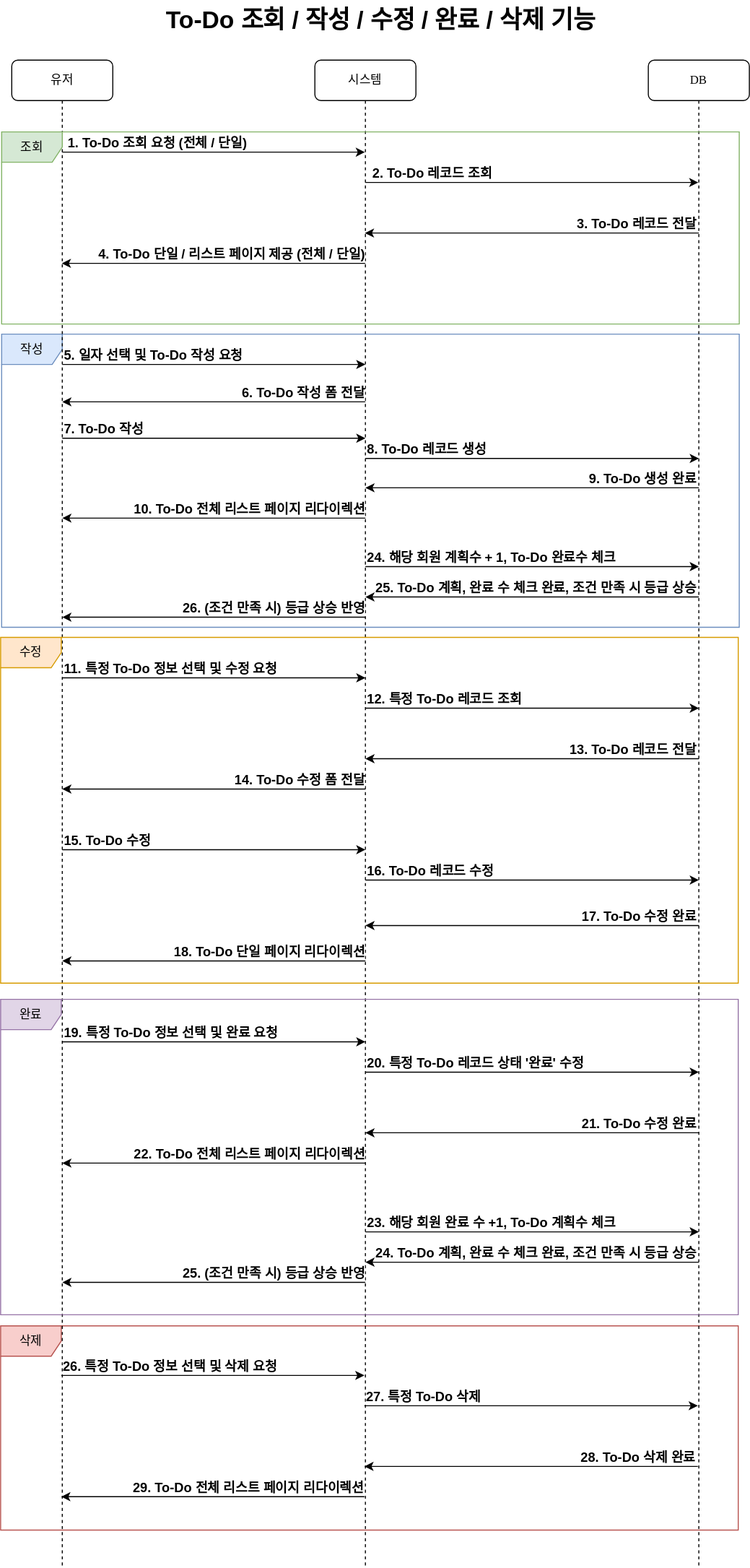
This is documents/sequence-diagram-todo.drawio.svg from mrcocoball/To-Dolist, a draw.io export, as it was before one commit. Source tidied: cells renumbered, new cells last; positions are measured from the earlier drawing's top-left corner, leaving out a move shared by most shapes.
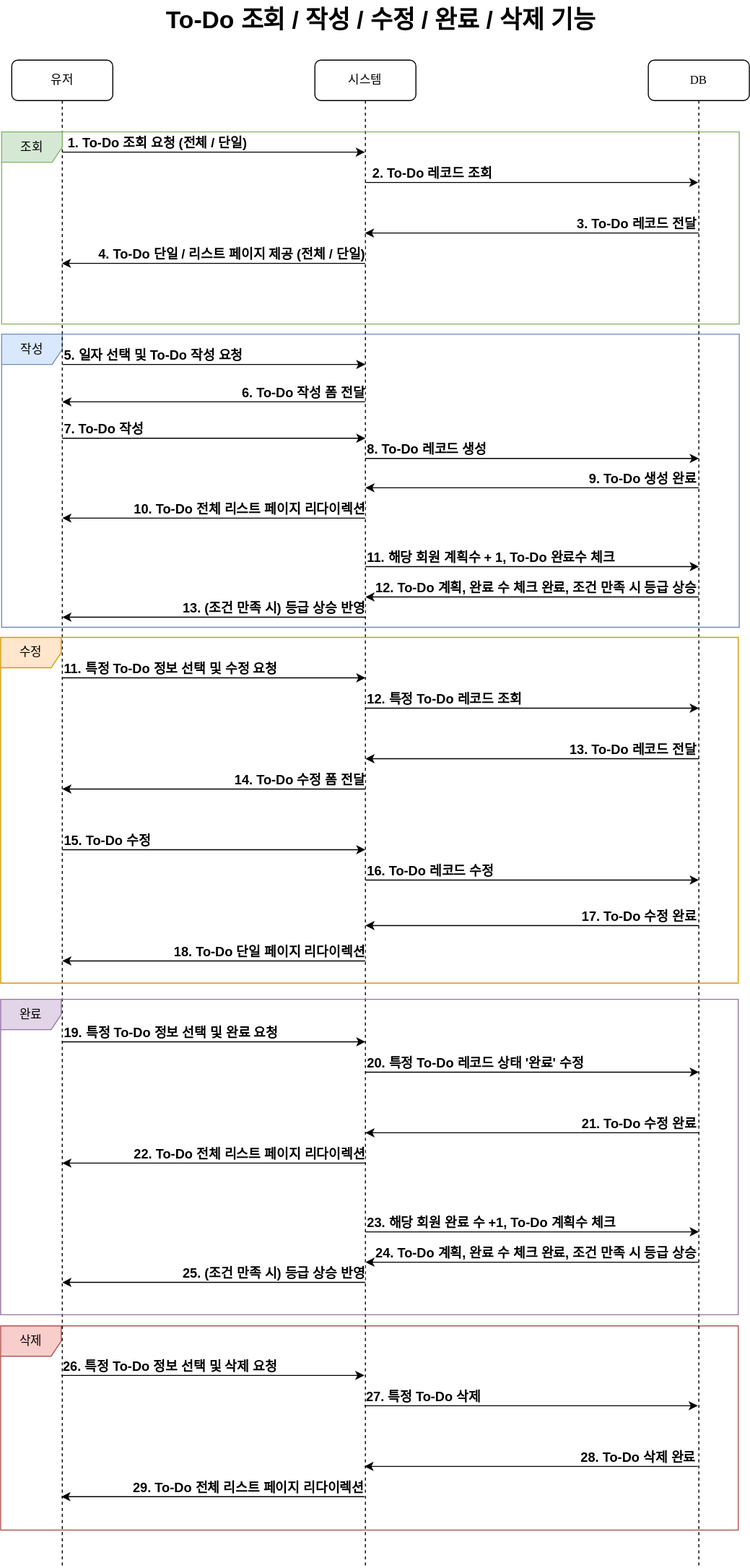
Above is the later version.

Commit message:
#42 - sequence-diagram-todo 수정

Change to the diagram source:
```diff
@@ -306,7 +306,7 @@
         <mxPoint x="691" y="560" as="targetPoint" />
       </mxGeometry>
     </mxCell>
-    <mxCell id="70" value="24. 해당 회원 계획수 + 1, To-Do 완료수 체크" style="edgeLabel;html=1;align=left;verticalAlign=middle;fontSize=13;fontStyle=1;" parent="1" vertex="1">
+    <mxCell id="70" value="11. 해당 회원 계획수 + 1, To-Do 완료수 체크" style="edgeLabel;html=1;align=left;verticalAlign=middle;fontSize=13;fontStyle=1;" parent="1" vertex="1">
       <mxGeometry x="361" y="550" as="geometry" />
     </mxCell>
     <mxCell id="71" style="endArrow=classic;html=1;rounded=0;" parent="1" edge="1">
@@ -315,7 +315,7 @@
         <mxPoint x="361" y="590" as="targetPoint" />
       </mxGeometry>
     </mxCell>
-    <mxCell id="72" value="25. To-Do 계획, 완료 수 체크 완료, 조건 만족 시 등급 상승" style="edgeLabel;html=1;align=right;verticalAlign=middle;fontSize=13;fontStyle=1;" parent="1" vertex="1">
+    <mxCell id="72" value="12. To-Do 계획, 완료 수 체크 완료, 조건 만족 시 등급 상승" style="edgeLabel;html=1;align=right;verticalAlign=middle;fontSize=13;fontStyle=1;" parent="1" vertex="1">
       <mxGeometry x="689" y="580" as="geometry" />
     </mxCell>
     <mxCell id="73" style="endArrow=classic;html=1;rounded=0;" parent="1" edge="1">
@@ -324,7 +324,7 @@
         <mxPoint x="61" y="610" as="targetPoint" />
       </mxGeometry>
     </mxCell>
-    <mxCell id="74" value="26. (조건 만족 시) 등급 상승 반영" style="edgeLabel;html=1;align=right;verticalAlign=middle;fontSize=13;fontStyle=1;" parent="1" vertex="1">
+    <mxCell id="74" value="13. (조건 만족 시) 등급 상승 반영" style="edgeLabel;html=1;align=right;verticalAlign=middle;fontSize=13;fontStyle=1;" parent="1" vertex="1">
       <mxGeometry x="361" y="600" as="geometry" />
     </mxCell>
   </root>
```
